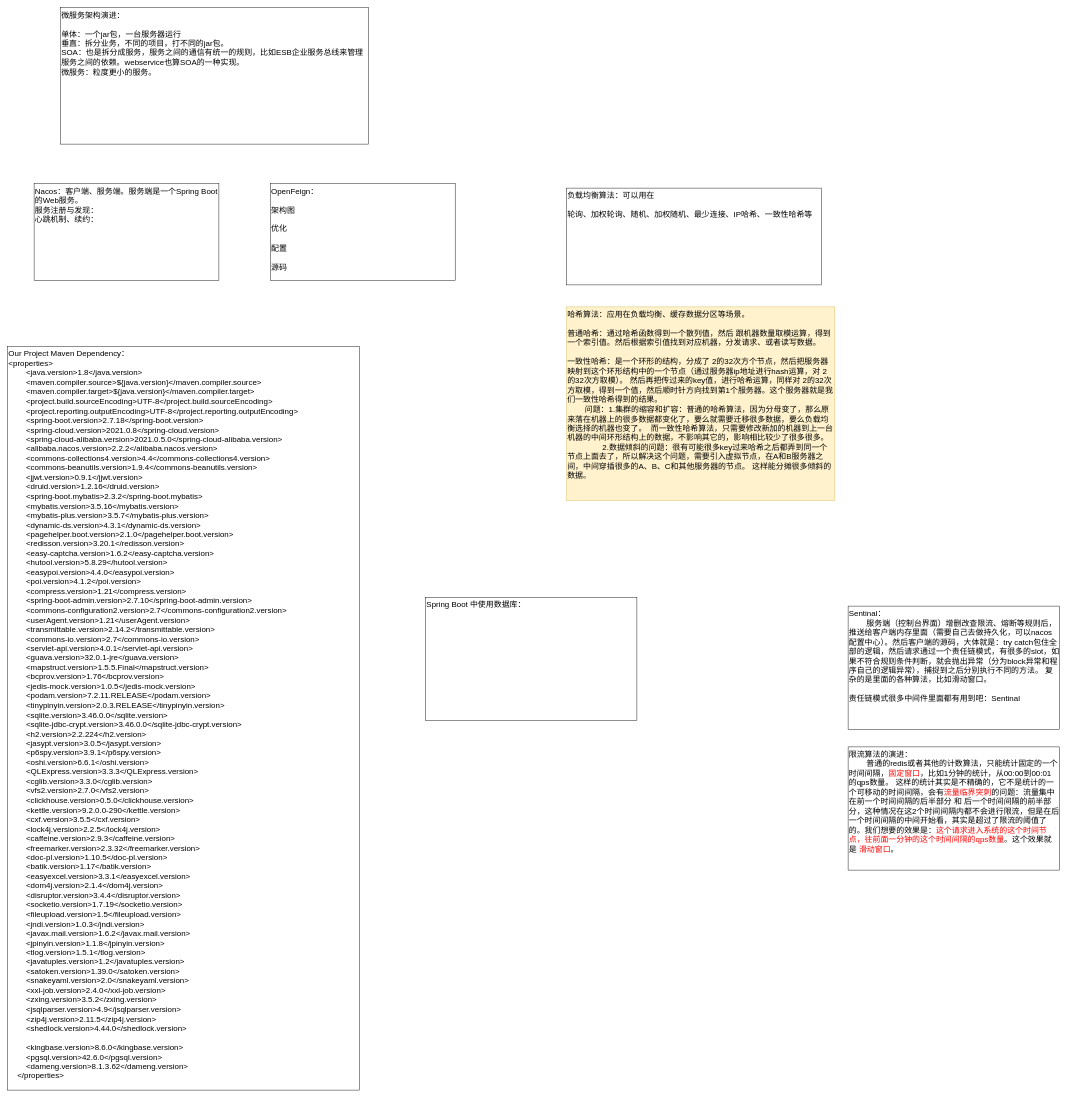
Above: JAVA/微服务.drawio in KGwolf/MyDraw (draw.io), before the change. Source tidied: cells renumbered, new cells numbered last; positions are measured from the earlier drawing's top-left corner, leaving out a move shared by most shapes. Both pictures are drawn from the tidied source at 44%, with x=0, y=0 at pixel (7, 7).
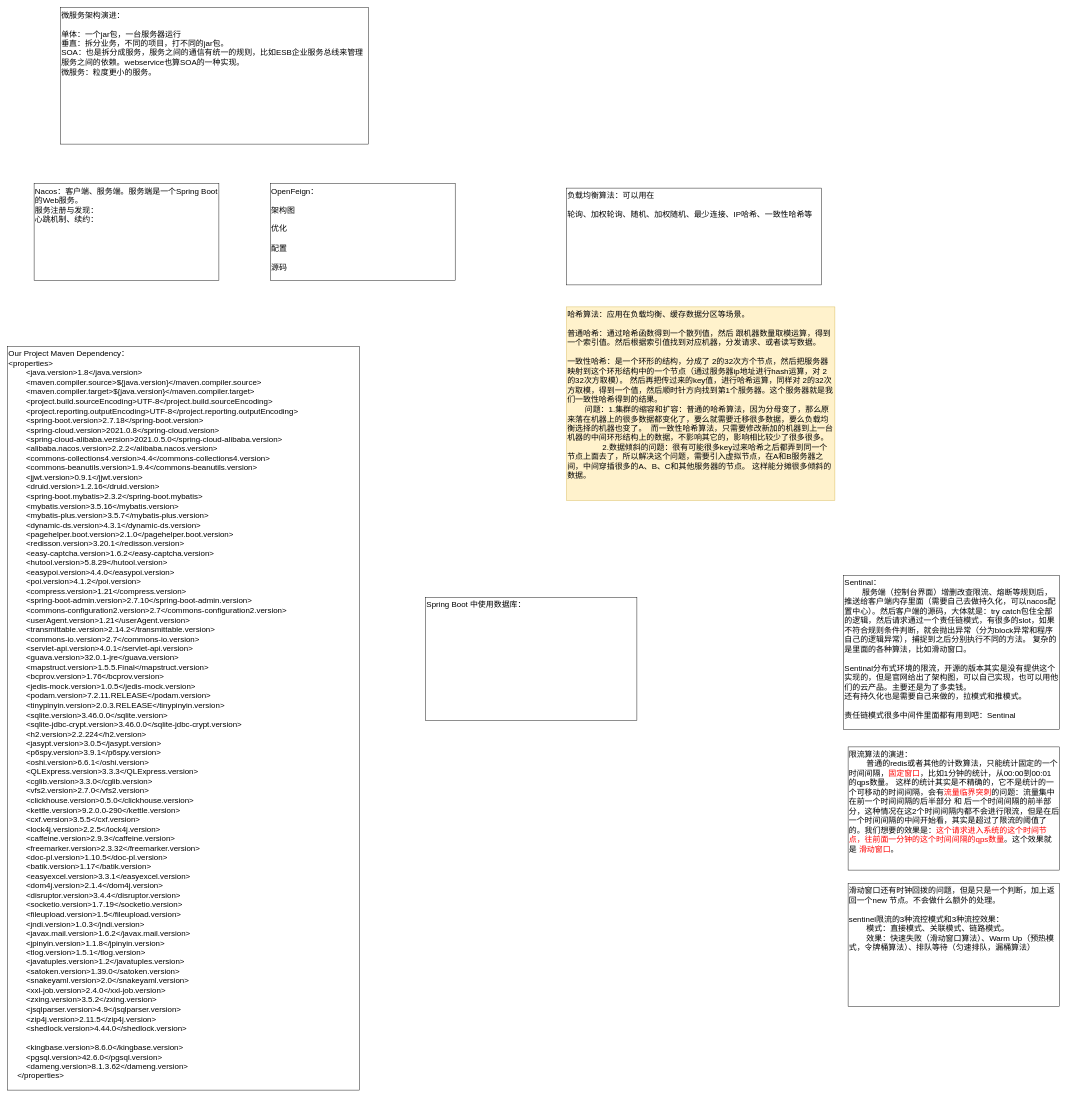
After the change.

Commit message:
更新微服务.drawio

What changed in the source:
```diff
@@
 <mxGraphModel>
   <root>
     <mxCell id="0" />
     <mxCell id="1" parent="0" />
     <mxCell id="2" value="Nacos：客户端、服务端。服务端是一个Spring Boot的Web服务。&lt;div&gt;服务注册与发现：&lt;/div&gt;&lt;div&gt;心跳机制、续约：&lt;br&gt;&lt;div&gt;&lt;br&gt;&lt;/div&gt;&lt;/div&gt;" style="rounded=0;whiteSpace=wrap;html=1;fontSize=18;verticalAlign=top;align=left;" parent="1" vertex="1">
       <mxGeometry x="60" y="400" width="420" height="220" as="geometry" />
     </mxCell>
     <mxCell id="3" value="&lt;div&gt;OpenFeign：&lt;/div&gt;&lt;div&gt;&lt;br&gt;&lt;/div&gt;&lt;div&gt;架构图&lt;/div&gt;&lt;div&gt;&lt;br&gt;&lt;/div&gt;&lt;div&gt;优化&lt;/div&gt;&lt;div&gt;&lt;br&gt;&lt;/div&gt;&lt;div&gt;配置&lt;/div&gt;&lt;div&gt;&lt;br&gt;&lt;/div&gt;&lt;div&gt;源码&lt;/div&gt;" style="rounded=0;whiteSpace=wrap;html=1;fontSize=18;verticalAlign=top;align=left;" parent="1" vertex="1">
       <mxGeometry x="597" y="400" width="420" height="220" as="geometry" />
     </mxCell>
     <mxCell id="4" value="Our Project Maven Dependency：&lt;div&gt;&lt;div&gt;&amp;lt;properties&amp;gt;&lt;/div&gt;&lt;div&gt;&amp;nbsp; &amp;nbsp; &amp;nbsp; &amp;nbsp; &amp;lt;java.version&amp;gt;1.8&amp;lt;/java.version&amp;gt;&lt;/div&gt;&lt;div&gt;&amp;nbsp; &amp;nbsp; &amp;nbsp; &amp;nbsp; &amp;lt;maven.compiler.source&amp;gt;${java.version}&amp;lt;/maven.compiler.source&amp;gt;&lt;/div&gt;&lt;div&gt;&amp;nbsp; &amp;nbsp; &amp;nbsp; &amp;nbsp; &amp;lt;maven.compiler.target&amp;gt;${java.version}&amp;lt;/maven.compiler.target&amp;gt;&lt;/div&gt;&lt;div&gt;&amp;nbsp; &amp;nbsp; &amp;nbsp; &amp;nbsp; &amp;lt;project.build.sourceEncoding&amp;gt;UTF-8&amp;lt;/project.build.sourceEncoding&amp;gt;&lt;/div&gt;&lt;div&gt;&amp;nbsp; &amp;nbsp; &amp;nbsp; &amp;nbsp; &amp;lt;project.reporting.outputEncoding&amp;gt;UTF-8&amp;lt;/project.reporting.outputEncoding&amp;gt;&lt;/div&gt;&lt;div&gt;&amp;nbsp; &amp;nbsp; &amp;nbsp; &amp;nbsp; &amp;lt;spring-boot.version&amp;gt;2.7.18&amp;lt;/spring-boot.version&amp;gt;&lt;/div&gt;&lt;div&gt;&amp;nbsp; &amp;nbsp; &amp;nbsp; &amp;nbsp; &amp;lt;spring-cloud.version&amp;gt;2021.0.8&amp;lt;/spring-cloud.version&amp;gt;&lt;/div&gt;&lt;div&gt;&amp;nbsp; &amp;nbsp; &amp;nbsp; &amp;nbsp; &amp;lt;spring-cloud-alibaba.version&amp;gt;2021.0.5.0&amp;lt;/spring-cloud-alibaba.version&amp;gt;&lt;/div&gt;&lt;div&gt;&amp;nbsp; &amp;nbsp; &amp;nbsp; &amp;nbsp; &amp;lt;alibaba.nacos.version&amp;gt;2.2.2&amp;lt;/alibaba.nacos.version&amp;gt;&lt;/div&gt;&lt;div&gt;&amp;nbsp; &amp;nbsp; &amp;nbsp; &amp;nbsp; &amp;lt;commons-collections4.version&amp;gt;4.4&amp;lt;/commons-collections4.version&amp;gt;&lt;/div&gt;&lt;div&gt;&amp;nbsp; &amp;nbsp; &amp;nbsp; &amp;nbsp; &amp;lt;commons-beanutils.version&amp;gt;1.9.4&amp;lt;/commons-beanutils.version&amp;gt;&lt;/div&gt;&lt;div&gt;&amp;nbsp; &amp;nbsp; &amp;nbsp; &amp;nbsp; &amp;lt;jjwt.version&amp;gt;0.9.1&amp;lt;/jjwt.version&amp;gt;&lt;/div&gt;&lt;div&gt;&amp;nbsp; &amp;nbsp; &amp;nbsp; &amp;nbsp; &amp;lt;druid.version&amp;gt;1.2.16&amp;lt;/druid.version&amp;gt;&lt;/div&gt;&lt;div&gt;&amp;nbsp; &amp;nbsp; &amp;nbsp; &amp;nbsp; &amp;lt;spring-boot.mybatis&amp;gt;2.3.2&amp;lt;/spring-boot.mybatis&amp;gt;&lt;/div&gt;&lt;div&gt;&amp;nbsp; &amp;nbsp; &amp;nbsp; &amp;nbsp; &amp;lt;mybatis.version&amp;gt;3.5.16&amp;lt;/mybatis.version&amp;gt;&lt;/div&gt;&lt;div&gt;&amp;nbsp; &amp;nbsp; &amp;nbsp; &amp;nbsp; &amp;lt;mybatis-plus.version&amp;gt;3.5.7&amp;lt;/mybatis-plus.version&amp;gt;&lt;/div&gt;&lt;div&gt;&amp;nbsp; &amp;nbsp; &amp;nbsp; &amp;nbsp; &amp;lt;dynamic-ds.version&amp;gt;4.3.1&amp;lt;/dynamic-ds.version&amp;gt;&lt;/div&gt;&lt;div&gt;&amp;nbsp; &amp;nbsp; &amp;nbsp; &amp;nbsp; &amp;lt;pagehelper.boot.version&amp;gt;2.1.0&amp;lt;/pagehelper.boot.version&amp;gt;&lt;/div&gt;&lt;div&gt;&amp;nbsp; &amp;nbsp; &amp;nbsp; &amp;nbsp; &amp;lt;redisson.version&amp;gt;3.20.1&amp;lt;/redisson.version&amp;gt;&lt;/div&gt;&lt;div&gt;&amp;nbsp; &amp;nbsp; &amp;nbsp; &amp;nbsp; &amp;lt;easy-captcha.version&amp;gt;1.6.2&amp;lt;/easy-captcha.version&amp;gt;&lt;/div&gt;&lt;div&gt;&amp;nbsp; &amp;nbsp; &amp;nbsp; &amp;nbsp; &amp;lt;hutool.version&amp;gt;5.8.29&amp;lt;/hutool.version&amp;gt;&lt;/div&gt;&lt;div&gt;&amp;nbsp; &amp;nbsp; &amp;nbsp; &amp;nbsp; &amp;lt;easypoi.version&amp;gt;4.4.0&amp;lt;/easypoi.version&amp;gt;&lt;/div&gt;&lt;div&gt;&amp;nbsp; &amp;nbsp; &amp;nbsp; &amp;nbsp; &amp;lt;poi.version&amp;gt;4.1.2&amp;lt;/poi.version&amp;gt;&lt;/div&gt;&lt;div&gt;&amp;nbsp; &amp;nbsp; &amp;nbsp; &amp;nbsp; &amp;lt;compress.version&amp;gt;1.21&amp;lt;/compress.version&amp;gt;&lt;/div&gt;&lt;div&gt;&amp;nbsp; &amp;nbsp; &amp;nbsp; &amp;nbsp; &amp;lt;spring-boot-admin.version&amp;gt;2.7.10&amp;lt;/spring-boot-admin.version&amp;gt;&lt;/div&gt;&lt;div&gt;&amp;nbsp; &amp;nbsp; &amp;nbsp; &amp;nbsp; &amp;lt;commons-configuration2.version&amp;gt;2.7&amp;lt;/commons-configuration2.version&amp;gt;&lt;/div&gt;&lt;div&gt;&amp;nbsp; &amp;nbsp; &amp;nbsp; &amp;nbsp; &amp;lt;userAgent.version&amp;gt;1.21&amp;lt;/userAgent.version&amp;gt;&lt;/div&gt;&lt;div&gt;&amp;nbsp; &amp;nbsp; &amp;nbsp; &amp;nbsp; &amp;lt;transmittable.version&amp;gt;2.14.2&amp;lt;/transmittable.version&amp;gt;&lt;/div&gt;&lt;div&gt;&amp;nbsp; &amp;nbsp; &amp;nbsp; &amp;nbsp; &amp;lt;commons-io.version&amp;gt;2.7&amp;lt;/commons-io.version&amp;gt;&lt;/div&gt;&lt;div&gt;&amp;nbsp; &amp;nbsp; &amp;nbsp; &amp;nbsp; &amp;lt;servlet-api.version&amp;gt;4.0.1&amp;lt;/servlet-api.version&amp;gt;&lt;/div&gt;&lt;div&gt;&amp;nbsp; &amp;nbsp; &amp;nbsp; &amp;nbsp; &amp;lt;guava.version&amp;gt;32.0.1-jre&amp;lt;/guava.version&amp;gt;&lt;/div&gt;&lt;div&gt;&amp;nbsp; &amp;nbsp; &amp;nbsp; &amp;nbsp; &amp;lt;mapstruct.version&amp;gt;1.5.5.Final&amp;lt;/mapstruct.version&amp;gt;&lt;/div&gt;&lt;div&gt;&amp;nbsp; &amp;nbsp; &amp;nbsp; &amp;nbsp; &amp;lt;bcprov.version&amp;gt;1.76&amp;lt;/bcprov.version&amp;gt;&lt;/div&gt;&lt;div&gt;&amp;nbsp; &amp;nbsp; &amp;nbsp; &amp;nbsp; &amp;lt;jedis-mock.version&amp;gt;1.0.5&amp;lt;/jedis-mock.version&amp;gt;&lt;/div&gt;&lt;div&gt;&amp;nbsp; &amp;nbsp; &amp;nbsp; &amp;nbsp; &amp;lt;podam.version&amp;gt;7.2.11.RELEASE&amp;lt;/podam.version&amp;gt;&lt;/div&gt;&lt;div&gt;&amp;nbsp; &amp;nbsp; &amp;nbsp; &amp;nbsp; &amp;lt;tinypinyin.version&amp;gt;2.0.3.RELEASE&amp;lt;/tinypinyin.version&amp;gt;&lt;/div&gt;&lt;div&gt;&amp;nbsp; &amp;nbsp; &amp;nbsp; &amp;nbsp; &amp;lt;sqlite.version&amp;gt;3.46.0.0&amp;lt;/sqlite.version&amp;gt;&lt;/div&gt;&lt;div&gt;&amp;nbsp; &amp;nbsp; &amp;nbsp; &amp;nbsp; &amp;lt;sqlite-jdbc-crypt.version&amp;gt;3.46.0.0&amp;lt;/sqlite-jdbc-crypt.version&amp;gt;&lt;/div&gt;&lt;div&gt;&amp;nbsp; &amp;nbsp; &amp;nbsp; &amp;nbsp; &amp;lt;h2.version&amp;gt;2.2.224&amp;lt;/h2.version&amp;gt;&lt;/div&gt;&lt;div&gt;&amp;nbsp; &amp;nbsp; &amp;nbsp; &amp;nbsp; &amp;lt;jasypt.version&amp;gt;3.0.5&amp;lt;/jasypt.version&amp;gt;&lt;/div&gt;&lt;div&gt;&amp;nbsp; &amp;nbsp; &amp;nbsp; &amp;nbsp; &amp;lt;p6spy.version&amp;gt;3.9.1&amp;lt;/p6spy.version&amp;gt;&lt;/div&gt;&lt;div&gt;&amp;nbsp; &amp;nbsp; &amp;nbsp; &amp;nbsp; &amp;lt;oshi.version&amp;gt;6.6.1&amp;lt;/oshi.version&amp;gt;&lt;/div&gt;&lt;div&gt;&amp;nbsp; &amp;nbsp; &amp;nbsp; &amp;nbsp; &amp;lt;QLExpress.version&amp;gt;3.3.3&amp;lt;/QLExpress.version&amp;gt;&lt;/div&gt;&lt;div&gt;&amp;nbsp; &amp;nbsp; &amp;nbsp; &amp;nbsp; &amp;lt;cglib.version&amp;gt;3.3.0&amp;lt;/cglib.version&amp;gt;&lt;/div&gt;&lt;div&gt;&amp;nbsp; &amp;nbsp; &amp;nbsp; &amp;nbsp; &amp;lt;vfs2.version&amp;gt;2.7.0&amp;lt;/vfs2.version&amp;gt;&lt;/div&gt;&lt;div&gt;&amp;nbsp; &amp;nbsp; &amp;nbsp; &amp;nbsp; &amp;lt;clickhouse.version&amp;gt;0.5.0&amp;lt;/clickhouse.version&amp;gt;&lt;/div&gt;&lt;div&gt;&amp;nbsp; &amp;nbsp; &amp;nbsp; &amp;nbsp; &amp;lt;kettle.version&amp;gt;9.2.0.0-290&amp;lt;/kettle.version&amp;gt;&lt;/div&gt;&lt;div&gt;&amp;nbsp; &amp;nbsp; &amp;nbsp; &amp;nbsp; &amp;lt;cxf.version&amp;gt;3.5.5&amp;lt;/cxf.version&amp;gt;&lt;/div&gt;&lt;div&gt;&amp;nbsp; &amp;nbsp; &amp;nbsp; &amp;nbsp; &amp;lt;lock4j.version&amp;gt;2.2.5&amp;lt;/lock4j.version&amp;gt;&lt;/div&gt;&lt;div&gt;&amp;nbsp; &amp;nbsp; &amp;nbsp; &amp;nbsp; &amp;lt;caffeine.version&amp;gt;2.9.3&amp;lt;/caffeine.version&amp;gt;&lt;/div&gt;&lt;div&gt;&amp;nbsp; &amp;nbsp; &amp;nbsp; &amp;nbsp; &amp;lt;freemarker.version&amp;gt;2.3.32&amp;lt;/freemarker.version&amp;gt;&lt;/div&gt;&lt;div&gt;&amp;nbsp; &amp;nbsp; &amp;nbsp; &amp;nbsp; &amp;lt;doc-pl.version&amp;gt;1.10.5&amp;lt;/doc-pl.version&amp;gt;&lt;/div&gt;&lt;div&gt;&amp;nbsp; &amp;nbsp; &amp;nbsp; &amp;nbsp; &amp;lt;batik.version&amp;gt;1.17&amp;lt;/batik.version&amp;gt;&lt;/div&gt;&lt;div&gt;&amp;nbsp; &amp;nbsp; &amp;nbsp; &amp;nbsp; &amp;lt;easyexcel.version&amp;gt;3.3.1&amp;lt;/easyexcel.version&amp;gt;&lt;/div&gt;&lt;div&gt;&amp;nbsp; &amp;nbsp; &amp;nbsp; &amp;nbsp; &amp;lt;dom4j.version&amp;gt;2.1.4&amp;lt;/dom4j.version&amp;gt;&lt;/div&gt;&lt;div&gt;&amp;nbsp; &amp;nbsp; &amp;nbsp; &amp;nbsp; &amp;lt;disruptor.version&amp;gt;3.4.4&amp;lt;/disruptor.version&amp;gt;&lt;/div&gt;&lt;div&gt;&amp;nbsp; &amp;nbsp; &amp;nbsp; &amp;nbsp; &amp;lt;socketio.version&amp;gt;1.7.19&amp;lt;/socketio.version&amp;gt;&lt;/div&gt;&lt;div&gt;&amp;nbsp; &amp;nbsp; &amp;nbsp; &amp;nbsp; &amp;lt;fileupload.version&amp;gt;1.5&amp;lt;/fileupload.version&amp;gt;&lt;/div&gt;&lt;div&gt;&amp;nbsp; &amp;nbsp; &amp;nbsp; &amp;nbsp; &amp;lt;jndi.version&amp;gt;1.0.3&amp;lt;/jndi.version&amp;gt;&lt;/div&gt;&lt;div&gt;&amp;nbsp; &amp;nbsp; &amp;nbsp; &amp;nbsp; &amp;lt;javax.mail.version&amp;gt;1.6.2&amp;lt;/javax.mail.version&amp;gt;&lt;/div&gt;&lt;div&gt;&amp;nbsp; &amp;nbsp; &amp;nbsp; &amp;nbsp; &amp;lt;jpinyin.version&amp;gt;1.1.8&amp;lt;/jpinyin.version&amp;gt;&lt;/div&gt;&lt;div&gt;&amp;nbsp; &amp;nbsp; &amp;nbsp; &amp;nbsp; &amp;lt;tlog.version&amp;gt;1.5.1&amp;lt;/tlog.version&amp;gt;&lt;/div&gt;&lt;div&gt;&amp;nbsp; &amp;nbsp; &amp;nbsp; &amp;nbsp; &amp;lt;javatuples.version&amp;gt;1.2&amp;lt;/javatuples.version&amp;gt;&lt;/div&gt;&lt;div&gt;&amp;nbsp; &amp;nbsp; &amp;nbsp; &amp;nbsp; &amp;lt;satoken.version&amp;gt;1.39.0&amp;lt;/satoken.version&amp;gt;&lt;/div&gt;&lt;div&gt;&amp;nbsp; &amp;nbsp; &amp;nbsp; &amp;nbsp; &amp;lt;snakeyaml.version&amp;gt;2.0&amp;lt;/snakeyaml.version&amp;gt;&lt;/div&gt;&lt;div&gt;&amp;nbsp; &amp;nbsp; &amp;nbsp; &amp;nbsp; &amp;lt;xxl-job.version&amp;gt;2.4.0&amp;lt;/xxl-job.version&amp;gt;&lt;/div&gt;&lt;div&gt;&amp;nbsp; &amp;nbsp; &amp;nbsp; &amp;nbsp; &amp;lt;zxing.version&amp;gt;3.5.2&amp;lt;/zxing.version&amp;gt;&lt;/div&gt;&lt;div&gt;&amp;nbsp; &amp;nbsp; &amp;nbsp; &amp;nbsp; &amp;lt;jsqlparser.version&amp;gt;4.9&amp;lt;/jsqlparser.version&amp;gt;&lt;/div&gt;&lt;div&gt;&amp;nbsp; &amp;nbsp; &amp;nbsp; &amp;nbsp; &amp;lt;zip4j.version&amp;gt;2.11.5&amp;lt;/zip4j.version&amp;gt;&lt;/div&gt;&lt;div&gt;&amp;nbsp; &amp;nbsp; &amp;nbsp; &amp;nbsp; &amp;lt;shedlock.version&amp;gt;4.44.0&amp;lt;/shedlock.version&amp;gt;&lt;/div&gt;&lt;div&gt;&lt;br&gt;&lt;/div&gt;&lt;div&gt;&amp;nbsp; &amp;nbsp; &amp;nbsp; &amp;nbsp; &amp;lt;kingbase.version&amp;gt;8.6.0&amp;lt;/kingbase.version&amp;gt;&lt;/div&gt;&lt;div&gt;&amp;nbsp; &amp;nbsp; &amp;nbsp; &amp;nbsp; &amp;lt;pgsql.version&amp;gt;42.6.0&amp;lt;/pgsql.version&amp;gt;&lt;/div&gt;&lt;div&gt;&amp;nbsp; &amp;nbsp; &amp;nbsp; &amp;nbsp; &amp;lt;dameng.version&amp;gt;8.1.3.62&amp;lt;/dameng.version&amp;gt;&lt;/div&gt;&lt;div&gt;&amp;nbsp; &amp;nbsp; &amp;lt;/properties&amp;gt;&lt;/div&gt;&lt;div&gt;&lt;br&gt;&lt;/div&gt;&lt;/div&gt;" style="rounded=0;whiteSpace=wrap;html=1;fontSize=18;verticalAlign=top;align=left;" parent="1" vertex="1">
       <mxGeometry y="770" width="800" height="1690" as="geometry" />
     </mxCell>
     <mxCell id="5" value="微服务架构演进：&lt;div&gt;&lt;br&gt;&lt;/div&gt;&lt;div&gt;单体：一个jar包，一台服务器运行&lt;/div&gt;&lt;div&gt;垂直：拆分业务，不同的项目，打不同的jar包。&lt;/div&gt;&lt;div&gt;SOA：也是拆分成服务，服务之间的通信有统一的规则，比如ESB企业服务总线来管理服务之间的依赖。webservice也算SOA的一种实现。&lt;/div&gt;&lt;div&gt;微服务：粒度更小的服务。&lt;br&gt;&lt;div&gt;&lt;br&gt;&lt;/div&gt;&lt;/div&gt;" style="rounded=0;whiteSpace=wrap;html=1;fontSize=18;verticalAlign=top;align=left;" parent="1" vertex="1">
       <mxGeometry x="120" width="700" height="310" as="geometry" />
     </mxCell>
     <mxCell id="6" value="&lt;div&gt;负载均衡算法：可以用在&lt;/div&gt;&lt;div&gt;&lt;br&gt;&lt;/div&gt;&lt;div&gt;轮询、加权轮询、随机、加权随机、最少连接、IP哈希、一致性哈希等&lt;/div&gt;" style="rounded=0;whiteSpace=wrap;html=1;fontSize=18;verticalAlign=top;align=left;" parent="1" vertex="1">
       <mxGeometry x="1270" y="410" width="580" height="220" as="geometry" />
     </mxCell>
     <mxCell id="7" value="&lt;div&gt;哈希算法：应用在负载均衡、缓存数据分区等场景。&lt;/div&gt;&lt;div&gt;&lt;br&gt;&lt;/div&gt;&lt;div&gt;普通哈希：通过哈希函数得到一个散列值，然后 跟机器数量取模运算，得到一个索引值。然后根据索引值找到对应机器，分发请求、或者读写数据。&lt;/div&gt;&lt;div&gt;&lt;br&gt;&lt;/div&gt;一致性哈希：是一个环形的结构，分成了 2的32次方个节点，然后把服务器映射到这个环形结构中的一个节点（通过服务器ip地址进行hash运算，对 2的32次方取模）。 然后再把传过来的key值，进行哈希运算，同样对 2的32次方取模，得到一个值，然后顺时针方向找到第1个服务器。这个服务器就是我们一致性哈希得到的结果。&lt;div&gt;&lt;span style=&quot;white-space: pre;&quot;&gt;&#9;&lt;/span&gt;问题：1.集群的缩容和扩容：普通的哈希算法，因为分母变了，那么原来落在机器上的很多数据都变化了，要么就需要迁移很多数据，要么负载均衡选择的机器也变了。&amp;nbsp; 而一致性哈希算法，只需要修改新加的机器到上一台机器的中间环形结构上的数据，不影响其它的，影响相比较少了很多很多。&lt;br&gt;&lt;/div&gt;&lt;div&gt;&lt;span style=&quot;white-space: pre;&quot;&gt;&#9;&lt;/span&gt;&lt;span style=&quot;white-space: pre;&quot;&gt;&#9;&lt;/span&gt;2.数据倾斜的问题：很有可能很多key过来哈希之后都弄到同一个节点上面去了，所以解决这个问题，需要引入虚拟节点，在A和B服务器之间，中间穿插很多的A、B、C和其他服务器的节点。 这样能分摊很多倾斜的数据。&lt;br&gt;&lt;/div&gt;" style="rounded=0;whiteSpace=wrap;html=1;fontSize=18;verticalAlign=top;align=left;fillColor=#fff2cc;strokeColor=#d6b656;" parent="1" vertex="1">
       <mxGeometry x="1270" y="680" width="610" height="440" as="geometry" />
     </mxCell>
     <mxCell id="8" value="Spring Boot 中使用数据库：" style="rounded=0;whiteSpace=wrap;html=1;fontSize=18;verticalAlign=top;align=left;" parent="1" vertex="1">
       <mxGeometry x="950" y="1340" width="480" height="280" as="geometry" />
     </mxCell>
-    <mxCell id="9" value="Sentinal：&lt;div&gt;&lt;span style=&quot;white-space: pre;&quot;&gt;&#9;&lt;/span&gt;服务端（控制台界面）增删改查限流、熔断等规则后，推送给客户端内存里面（需要自己去做持久化，可以nacos配置中心）。然后客户端的源码，大体就是：try catch包住全部的逻辑，然后请求通过一个责任链模式，有很多的slot，如果不符合规则条件判断，就会抛出异常（分为block异常和程序自己的逻辑异常），捕捉到之后分别执行不同的方法。 复杂的是里面的各种算法，比如滑动窗口。&lt;br&gt;&lt;/div&gt;&lt;div&gt;&lt;br&gt;&lt;/div&gt;&lt;div&gt;责任链模式很多中间件里面都有用到吧：Sentinal&lt;/div&gt;&lt;div&gt;&lt;br&gt;&lt;/div&gt;" style="rounded=0;whiteSpace=wrap;html=1;fontSize=18;verticalAlign=top;align=left;" parent="1" vertex="1">
-      <mxGeometry x="1910" y="1360" width="480" height="280" as="geometry" />
+    <mxCell id="9" value="Sentinal：&lt;div&gt;&lt;span style=&quot;white-space: pre;&quot;&gt;&#9;&lt;/span&gt;服务端（控制台界面）增删改查限流、熔断等规则后，推送给客户端内存里面（需要自己去做持久化，可以nacos配置中心）。然后客户端的源码，大体就是：try catch包住全部的逻辑，然后请求通过一个责任链模式，有很多的slot，如果不符合规则条件判断，就会抛出异常（分为block异常和程序自己的逻辑异常），捕捉到之后分别执行不同的方法。 复杂的是里面的各种算法，比如滑动窗口。&lt;br&gt;&lt;/div&gt;&lt;div&gt;&lt;br&gt;&lt;/div&gt;&lt;div&gt;Sentinal分布式环境的限流，开源的版本其实是没有提供这个实现的，但是官网给出了架构图，可以自己实现，也可以用他们的云产品。主要还是为了多卖钱。&lt;/div&gt;&lt;div&gt;还有持久化也是需要自己来做的，拉模式和推模式。&lt;/div&gt;&lt;div&gt;&lt;br&gt;&lt;/div&gt;&lt;div&gt;责任链模式很多中间件里面都有用到吧：Sentinal&lt;/div&gt;&lt;div&gt;&lt;br&gt;&lt;/div&gt;" style="rounded=0;whiteSpace=wrap;html=1;fontSize=18;verticalAlign=top;align=left;" parent="1" vertex="1">
+      <mxGeometry x="1900" y="1290" width="490" height="350" as="geometry" />
     </mxCell>
     <mxCell id="10" value="限流算法的演进：&lt;div&gt;&lt;span style=&quot;white-space: pre;&quot;&gt;&#9;&lt;/span&gt;普通的redis或者其他的计数算法，只能统计固定的一个时间间隔，&lt;font style=&quot;color: rgb(255, 0, 0);&quot;&gt;固定窗口&lt;/font&gt;，比如1分钟的统计，从00:00到00:01的qps数量。 这样的统计其实是不精确的，&lt;span style=&quot;background-color: transparent; color: light-dark(rgb(0, 0, 0), rgb(255, 255, 255));&quot;&gt;它不是统计的一个可移动的时间间隔，&lt;/span&gt;&lt;span style=&quot;background-color: transparent; color: light-dark(rgb(0, 0, 0), rgb(255, 255, 255));&quot;&gt;会有&lt;/span&gt;&lt;font style=&quot;background-color: transparent; color: rgb(255, 0, 0);&quot;&gt;流量临界突刺&lt;/font&gt;&lt;span style=&quot;background-color: transparent; color: light-dark(rgb(0, 0, 0), rgb(255, 255, 255));&quot;&gt;的问题：流量集中在前一个时间间隔的后半部分 和 后一个时间间隔的前半部分，这种情况在这2个时间间隔内都不会进行限流，但是在后一个时间间隔的中间开始看，其实是超过了限流的阈值了的。我们想要的效果是：&lt;/span&gt;&lt;font style=&quot;background-color: transparent; color: rgb(255, 0, 0);&quot;&gt;这个请求进入系统的这个时间节点，往前面一分钟的这个时间间隔的qps数量&lt;/font&gt;&lt;span style=&quot;background-color: transparent; color: light-dark(rgb(0, 0, 0), rgb(255, 255, 255));&quot;&gt;。这个效果就是 &lt;/span&gt;&lt;font style=&quot;background-color: transparent; color: rgb(255, 0, 0);&quot;&gt;滑动窗口&lt;/font&gt;&lt;span style=&quot;background-color: transparent; color: light-dark(rgb(0, 0, 0), rgb(255, 255, 255));&quot;&gt;。&lt;/span&gt;&lt;/div&gt;&lt;div&gt;&lt;div&gt;&lt;br&gt;&lt;/div&gt;&lt;/div&gt;" style="rounded=0;whiteSpace=wrap;html=1;fontSize=18;verticalAlign=top;align=left;" parent="1" vertex="1">
       <mxGeometry x="1910" y="1680" width="480" height="280" as="geometry" />
     </mxCell>
+    <mxCell id="11" value="滑动窗口还有时钟回拨的问题，但是只是一个判断，加上返回一个new 节点。不会做什么额外的处理。&lt;div&gt;&lt;br&gt;&lt;/div&gt;&lt;div&gt;sentinel限流的3种流控模式和3种流控效果：&lt;/div&gt;&lt;div&gt;&lt;span style=&quot;white-space: pre;&quot;&gt;&#9;&lt;/span&gt;模式：直接模式、关联模式、链路模式。&lt;/div&gt;&lt;div&gt;&lt;span style=&quot;white-space: pre;&quot;&gt;&#9;&lt;/span&gt;效果：快速失败（滑动窗口算法）、Warm Up（预热模式，令牌桶算法）、排队等待（匀速排队，漏桶算法）&lt;br&gt;&lt;/div&gt;&lt;div&gt;&lt;div&gt;&lt;div&gt;&lt;br&gt;&lt;/div&gt;&lt;/div&gt;&lt;/div&gt;" style="rounded=0;whiteSpace=wrap;html=1;fontSize=18;verticalAlign=top;align=left;" parent="1" vertex="1">
+      <mxGeometry x="1910" y="1990" width="480" height="280" as="geometry" />
+    </mxCell>
   </root>
 </mxGraphModel>
```
